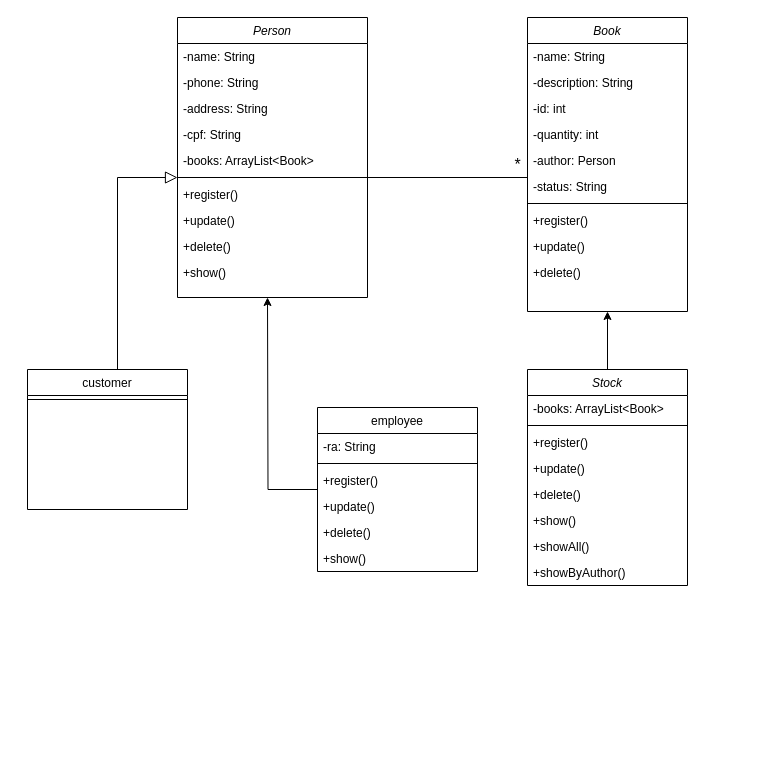
Before: Untitled Diagram.drawio in JuanIWK3/diagrams, a draw.io diagram. Source tidied: cells renumbered, new cells numbered last; positions are measured from the earlier drawing's top-left corner, leaving out a move shared by most shapes. Both pictures are drawn from the tidied source at 100%, with x=0, y=0 at pixel (27, 17).
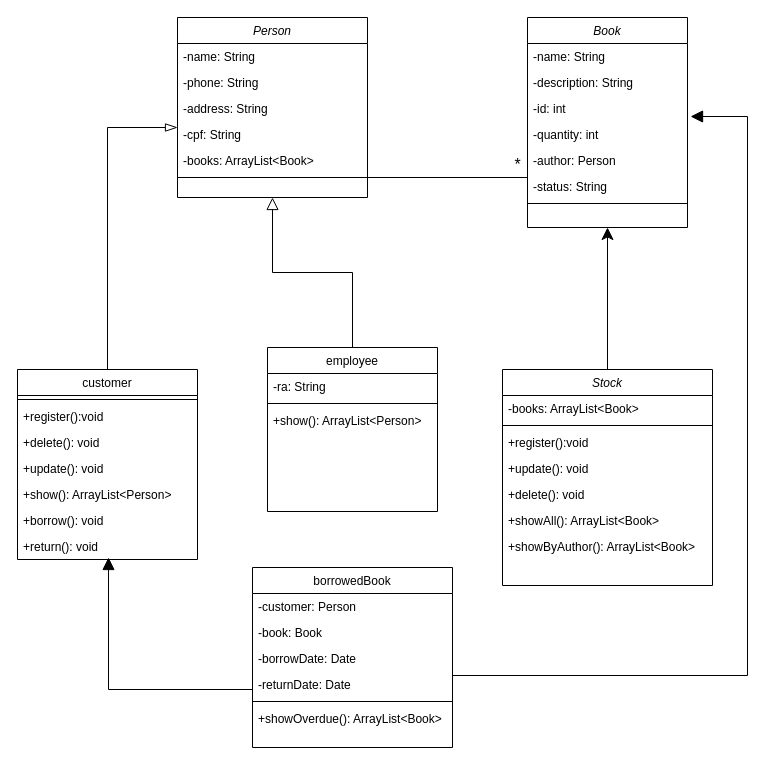
After the change.

Commit message:
Table(borrowedBook) and relations

Unchanged cells that the change refers to:
```xml
<mxCell id="28" value="-quantity: int" style="text;align=left;verticalAlign=top;spacingLeft=4;spacingRight=4;overflow=hidden;points=[[0,0.5],[1,0.5]];portConstraint=eastwest;" parent="24" vertex="1">
  <mxGeometry y="104" width="160" height="26" as="geometry" />
</mxCell>
```

Change to the diagram source:
```diff
@@
     <mxCell id="2" value="Person" style="swimlane;fontStyle=2;align=center;verticalAlign=top;horizontal=1;startSize=26;rounded=0;shadow=0;strokeWidth=1;" parent="1" vertex="1">
-      <mxGeometry x="150" width="190" height="280" as="geometry" />
+      <mxGeometry x="150" width="190" height="180" as="geometry" />
     </mxCell>
@@
-    <mxCell id="9" value="+register()" style="text;align=left;verticalAlign=top;spacingLeft=4;spacingRight=4;overflow=hidden;" parent="2" vertex="1">
-      <mxGeometry y="164" width="190" height="26" as="geometry" />
-    </mxCell>
-    <mxCell id="10" value="+update()" style="text;align=left;verticalAlign=top;spacingLeft=4;spacingRight=4;overflow=hidden;" parent="2" vertex="1">
-      <mxGeometry y="190" width="190" height="26" as="geometry" />
-    </mxCell>
-    <mxCell id="11" value="+delete()" style="text;align=left;verticalAlign=top;spacingLeft=4;spacingRight=4;overflow=hidden;" parent="2" vertex="1">
-      <mxGeometry y="216" width="190" height="26" as="geometry" />
-    </mxCell>
-    <mxCell id="12" value="+show()" style="text;align=left;verticalAlign=top;spacingLeft=4;spacingRight=4;overflow=hidden;" parent="2" vertex="1">
-      <mxGeometry y="242" width="190" height="26" as="geometry" />
-    </mxCell>
     <mxCell id="13" value="customer" style="swimlane;fontStyle=0;align=center;verticalAlign=top;horizontal=1;startSize=26;rounded=0;shadow=0;strokeWidth=1;" parent="1" vertex="1">
-      <mxGeometry y="352" width="160" height="140" as="geometry" />
+      <mxGeometry x="-10" y="352" width="180" height="190" as="geometry" />
     </mxCell>
     <mxCell id="14" style="line;html=1;strokeWidth=1;align=left;verticalAlign=middle;spacingTop=-1;spacingLeft=3;spacingRight=3;labelPosition=right;" parent="13" vertex="1">
-      <mxGeometry y="26" width="160" height="8" as="geometry" />
+      <mxGeometry y="26" width="180" height="8" as="geometry" />
     </mxCell>
+    <mxCell id="9" value="+register():void" style="text;align=left;verticalAlign=top;spacingLeft=4;spacingRight=4;overflow=hidden;" parent="13" vertex="1">
+      <mxGeometry y="34" width="180" height="26" as="geometry" />
+    </mxCell>
+    <mxCell id="11" value="+delete(): void" style="text;align=left;verticalAlign=top;spacingLeft=4;spacingRight=4;overflow=hidden;" parent="13" vertex="1">
+      <mxGeometry y="60" width="180" height="26" as="geometry" />
+    </mxCell>
+    <mxCell id="10" value="+update(): void" style="text;align=left;verticalAlign=top;spacingLeft=4;spacingRight=4;overflow=hidden;" parent="13" vertex="1">
+      <mxGeometry y="86" width="180" height="26" as="geometry" />
+    </mxCell>
+    <mxCell id="47" value="+show(): ArrayList&lt;Person&gt;" style="text;align=left;verticalAlign=top;spacingLeft=4;spacingRight=4;overflow=hidden;" parent="13" vertex="1">
+      <mxGeometry y="112" width="180" height="26" as="geometry" />
+    </mxCell>
+    <mxCell id="48" value="+borrow(): void" style="text;align=left;verticalAlign=top;spacingLeft=4;spacingRight=4;overflow=hidden;" parent="13" vertex="1">
+      <mxGeometry y="138" width="180" height="26" as="geometry" />
+    </mxCell>
+    <mxCell id="49" value="+return(): void" style="text;align=left;verticalAlign=top;spacingLeft=4;spacingRight=4;overflow=hidden;" parent="13" vertex="1">
+      <mxGeometry y="164" width="180" height="26" as="geometry" />
+    </mxCell>
-    <mxCell id="15" style="endArrow=block;endSize=10;endFill=0;shadow=0;strokeWidth=1;rounded=0;edgeStyle=elbowEdgeStyle;elbow=vertical;" parent="1" edge="1" source="13" target="2">
+    <mxCell id="15" style="endArrow=blockThin;endSize=10;endFill=0;shadow=0;strokeWidth=1;rounded=0;edgeStyle=elbowEdgeStyle;elbow=vertical;startSize=6;" parent="1" edge="1" source="13" target="2">
       <mxGeometry relative="1" as="geometry">
         <Array as="points">
-          <mxPoint x="90" y="160" />
+          <mxPoint x="80" y="110" />
+          <mxPoint x="80" y="230" />
+          <mxPoint x="100" y="140" />
+          <mxPoint x="100" y="130" />
+          <mxPoint x="80" y="160" />
         </Array>
       </mxGeometry>
     </mxCell>
-    <mxCell id="16" style="edgeStyle=orthogonalEdgeStyle;rounded=0;jettySize=auto;html=1;fontSize=16;endArrow=classic;endFill=1;" parent="1" edge="1" source="17">
-      <mxGeometry relative="1" as="geometry">
-        <mxPoint x="240" y="280" as="targetPoint" />
-      </mxGeometry>
+    <mxCell id="16" style="edgeStyle=orthogonalEdgeStyle;rounded=0;jettySize=auto;html=1;fontSize=16;endArrow=block;endFill=0;endSize=10;entryX=0.5;entryY=1;entryDx=0;entryDy=0;" parent="1" edge="1" source="17" target="2">
+      <mxGeometry relative="1" as="geometry" />
     </mxCell>
     <mxCell id="17" value="employee" style="swimlane;fontStyle=0;align=center;verticalAlign=top;horizontal=1;startSize=26;rounded=0;shadow=0;strokeWidth=1;" parent="1" vertex="1">
-      <mxGeometry x="290" y="390" width="160" height="164" as="geometry" />
+      <mxGeometry x="240" y="330" width="170" height="164" as="geometry" />
     </mxCell>
     <mxCell id="18" value="-ra: String" style="text;align=left;verticalAlign=top;spacingLeft=4;spacingRight=4;overflow=hidden;" parent="17" vertex="1">
-      <mxGeometry y="26" width="160" height="26" as="geometry" />
+      <mxGeometry y="26" width="170" height="26" as="geometry" />
     </mxCell>
     <mxCell id="19" style="line;html=1;strokeWidth=1;align=left;verticalAlign=middle;spacingTop=-1;spacingLeft=3;spacingRight=3;labelPosition=right;" parent="17" vertex="1">
-      <mxGeometry y="52" width="160" height="8" as="geometry" />
+      <mxGeometry y="52" width="170" height="8" as="geometry" />
     </mxCell>
-    <mxCell id="20" value="+register()" style="text;align=left;verticalAlign=top;spacingLeft=4;spacingRight=4;overflow=hidden;" parent="17" vertex="1">
-      <mxGeometry y="60" width="160" height="26" as="geometry" />
-    </mxCell>
-    <mxCell id="21" value="+update()" style="text;align=left;verticalAlign=top;spacingLeft=4;spacingRight=4;overflow=hidden;" parent="17" vertex="1">
-      <mxGeometry y="86" width="160" height="26" as="geometry" />
-    </mxCell>
-    <mxCell id="22" value="+delete()" style="text;align=left;verticalAlign=top;spacingLeft=4;spacingRight=4;overflow=hidden;" parent="17" vertex="1">
-      <mxGeometry y="112" width="160" height="26" as="geometry" />
-    </mxCell>
-    <mxCell id="23" value="+show()" style="text;align=left;verticalAlign=top;spacingLeft=4;spacingRight=4;overflow=hidden;" parent="17" vertex="1">
-      <mxGeometry y="138" width="160" height="26" as="geometry" />
-    </mxCell>
+    <mxCell id="50" value="+show(): ArrayList&lt;Person&gt;" style="text;align=left;verticalAlign=top;spacingLeft=4;spacingRight=4;overflow=hidden;" parent="17" vertex="1">
+      <mxGeometry y="60" width="170" height="26" as="geometry" />
+    </mxCell>
     <mxCell id="24" value="Book" style="swimlane;fontStyle=2;align=center;verticalAlign=top;horizontal=1;startSize=26;rounded=0;shadow=0;strokeWidth=1;" parent="1" vertex="1">
-      <mxGeometry x="500" width="160" height="294" as="geometry" />
+      <mxGeometry x="500" width="160" height="210" as="geometry" />
     </mxCell>
@@
-    <mxCell id="32" value="+register()" style="text;align=left;verticalAlign=top;spacingLeft=4;spacingRight=4;overflow=hidden;" parent="24" vertex="1">
-      <mxGeometry y="190" width="160" height="26" as="geometry" />
-    </mxCell>
-    <mxCell id="33" value="+update()" style="text;align=left;verticalAlign=top;spacingLeft=4;spacingRight=4;overflow=hidden;" parent="24" vertex="1">
-      <mxGeometry y="216" width="160" height="26" as="geometry" />
-    </mxCell>
-    <mxCell id="34" value="+delete()" style="text;align=left;verticalAlign=top;spacingLeft=4;spacingRight=4;overflow=hidden;" parent="24" vertex="1">
-      <mxGeometry y="242" width="160" height="26" as="geometry" />
-    </mxCell>
-    <mxCell id="35" style="edgeStyle=orthogonalEdgeStyle;rounded=0;jettySize=auto;html=1;entryX=0.5;entryY=1;entryDx=0;entryDy=0;fontSize=16;endArrow=classic;endFill=1;" parent="1" edge="1" source="36" target="24">
+    <mxCell id="35" style="edgeStyle=orthogonalEdgeStyle;rounded=0;jettySize=auto;html=1;entryX=0.5;entryY=1;entryDx=0;entryDy=0;fontSize=16;endArrow=classic;endFill=1;endSize=10;" parent="1" edge="1" source="36" target="24">
       <mxGeometry relative="1" as="geometry" />
     </mxCell>
     <mxCell id="36" value="Stock" style="swimlane;fontStyle=2;align=center;verticalAlign=top;horizontal=1;startSize=26;rounded=0;shadow=0;strokeWidth=1;" parent="1" vertex="1">
-      <mxGeometry x="500" y="352" width="160" height="216" as="geometry" />
+      <mxGeometry x="475" y="352" width="210" height="216" as="geometry" />
     </mxCell>
     <mxCell id="37" value="-books: ArrayList&lt;Book&gt;" style="text;align=left;verticalAlign=top;spacingLeft=4;spacingRight=4;overflow=hidden;" parent="36" vertex="1">
-      <mxGeometry y="26" width="160" height="26" as="geometry" />
+      <mxGeometry y="26" width="210" height="26" as="geometry" />
     </mxCell>
     <mxCell id="38" style="line;html=1;strokeWidth=1;align=left;verticalAlign=middle;spacingTop=-1;spacingLeft=3;spacingRight=3;labelPosition=right;" parent="36" vertex="1">
-      <mxGeometry y="52" width="160" height="8" as="geometry" />
+      <mxGeometry y="52" width="210" height="8" as="geometry" />
     </mxCell>
-    <mxCell id="39" value="+register()" style="text;align=left;verticalAlign=top;spacingLeft=4;spacingRight=4;overflow=hidden;" parent="36" vertex="1">
-      <mxGeometry y="60" width="160" height="26" as="geometry" />
+    <mxCell id="39" value="+register():void" style="text;align=left;verticalAlign=top;spacingLeft=4;spacingRight=4;overflow=hidden;" parent="36" vertex="1">
+      <mxGeometry y="60" width="210" height="26" as="geometry" />
     </mxCell>
-    <mxCell id="40" value="+update()" style="text;align=left;verticalAlign=top;spacingLeft=4;spacingRight=4;overflow=hidden;" parent="36" vertex="1">
-      <mxGeometry y="86" width="160" height="26" as="geometry" />
+    <mxCell id="40" value="+update(): void" style="text;align=left;verticalAlign=top;spacingLeft=4;spacingRight=4;overflow=hidden;" parent="36" vertex="1">
+      <mxGeometry y="86" width="210" height="26" as="geometry" />
     </mxCell>
-    <mxCell id="41" value="+delete()" style="text;align=left;verticalAlign=top;spacingLeft=4;spacingRight=4;overflow=hidden;" parent="36" vertex="1">
-      <mxGeometry y="112" width="160" height="26" as="geometry" />
+    <mxCell id="41" value="+delete(): void" style="text;align=left;verticalAlign=top;spacingLeft=4;spacingRight=4;overflow=hidden;" parent="36" vertex="1">
+      <mxGeometry y="112" width="210" height="26" as="geometry" />
     </mxCell>
-    <mxCell id="42" value="+show()" style="text;align=left;verticalAlign=top;spacingLeft=4;spacingRight=4;overflow=hidden;" parent="36" vertex="1">
-      <mxGeometry y="138" width="160" height="26" as="geometry" />
-    </mxCell>
-    <mxCell id="43" value="+showAll()" style="text;align=left;verticalAlign=top;spacingLeft=4;spacingRight=4;overflow=hidden;" parent="36" vertex="1">
-      <mxGeometry y="164" width="160" height="26" as="geometry" />
+    <mxCell id="43" value="+showAll(): ArrayList&lt;Book&gt;" style="text;align=left;verticalAlign=top;spacingLeft=4;spacingRight=4;overflow=hidden;" parent="36" vertex="1">
+      <mxGeometry y="138" width="210" height="26" as="geometry" />
     </mxCell>
-    <mxCell id="44" value="+showByAuthor()" style="text;align=left;verticalAlign=top;spacingLeft=4;spacingRight=4;overflow=hidden;" parent="36" vertex="1">
-      <mxGeometry y="190" width="160" height="26" as="geometry" />
+    <mxCell id="44" value="+showByAuthor(): ArrayList&lt;Book&gt;" style="text;align=left;verticalAlign=top;spacingLeft=4;spacingRight=4;overflow=hidden;" parent="36" vertex="1">
+      <mxGeometry y="164" width="210" height="26" as="geometry" />
     </mxCell>
@@
+    <mxCell id="51" style="edgeStyle=orthogonalEdgeStyle;rounded=0;jettySize=auto;html=1;fontSize=16;endArrow=block;endFill=1;startSize=6;endSize=10;" parent="1" edge="1" source="53">
+      <mxGeometry relative="1" as="geometry">
+        <mxPoint x="81" y="540" as="targetPoint" />
+        <Array as="points">
+          <mxPoint x="81" y="672" />
+        </Array>
+      </mxGeometry>
+    </mxCell>
+    <mxCell id="52" style="edgeStyle=orthogonalEdgeStyle;rounded=0;jettySize=auto;html=1;entryX=1.019;entryY=-0.192;entryDx=0;entryDy=0;fontSize=16;endArrow=block;endFill=1;startSize=6;endSize=10;entryPerimeter=0;" parent="1" edge="1" source="53" target="28">
+      <mxGeometry relative="1" as="geometry">
+        <Array as="points">
+          <mxPoint x="720" y="658" />
+          <mxPoint x="720" y="99" />
+        </Array>
+      </mxGeometry>
+    </mxCell>
+    <mxCell id="53" value="borrowedBook" style="swimlane;fontStyle=0;align=center;verticalAlign=top;horizontal=1;startSize=26;rounded=0;shadow=0;strokeWidth=1;" parent="1" vertex="1">
+      <mxGeometry x="225" y="550" width="200" height="180" as="geometry" />
+    </mxCell>
+    <mxCell id="54" value="-customer: Person" style="text;align=left;verticalAlign=top;spacingLeft=4;spacingRight=4;overflow=hidden;" parent="53" vertex="1">
+      <mxGeometry y="26" width="200" height="26" as="geometry" />
+    </mxCell>
+    <mxCell id="55" value="-book: Book" style="text;align=left;verticalAlign=top;spacingLeft=4;spacingRight=4;overflow=hidden;" parent="53" vertex="1">
+      <mxGeometry y="52" width="200" height="26" as="geometry" />
+    </mxCell>
+    <mxCell id="56" value="-borrowDate: Date" style="text;align=left;verticalAlign=top;spacingLeft=4;spacingRight=4;overflow=hidden;" parent="53" vertex="1">
+      <mxGeometry y="78" width="200" height="26" as="geometry" />
+    </mxCell>
+    <mxCell id="57" value="-returnDate: Date" style="text;align=left;verticalAlign=top;spacingLeft=4;spacingRight=4;overflow=hidden;" parent="53" vertex="1">
+      <mxGeometry y="104" width="200" height="26" as="geometry" />
+    </mxCell>
+    <mxCell id="58" style="line;html=1;strokeWidth=1;align=left;verticalAlign=middle;spacingTop=-1;spacingLeft=3;spacingRight=3;labelPosition=right;" parent="53" vertex="1">
+      <mxGeometry y="130" width="200" height="8" as="geometry" />
+    </mxCell>
+    <mxCell id="59" value="+showOverdue(): ArrayList&lt;Book&gt;" style="text;align=left;verticalAlign=top;spacingLeft=4;spacingRight=4;overflow=hidden;" parent="53" vertex="1">
+      <mxGeometry y="138" width="200" height="26" as="geometry" />
+    </mxCell>
```
